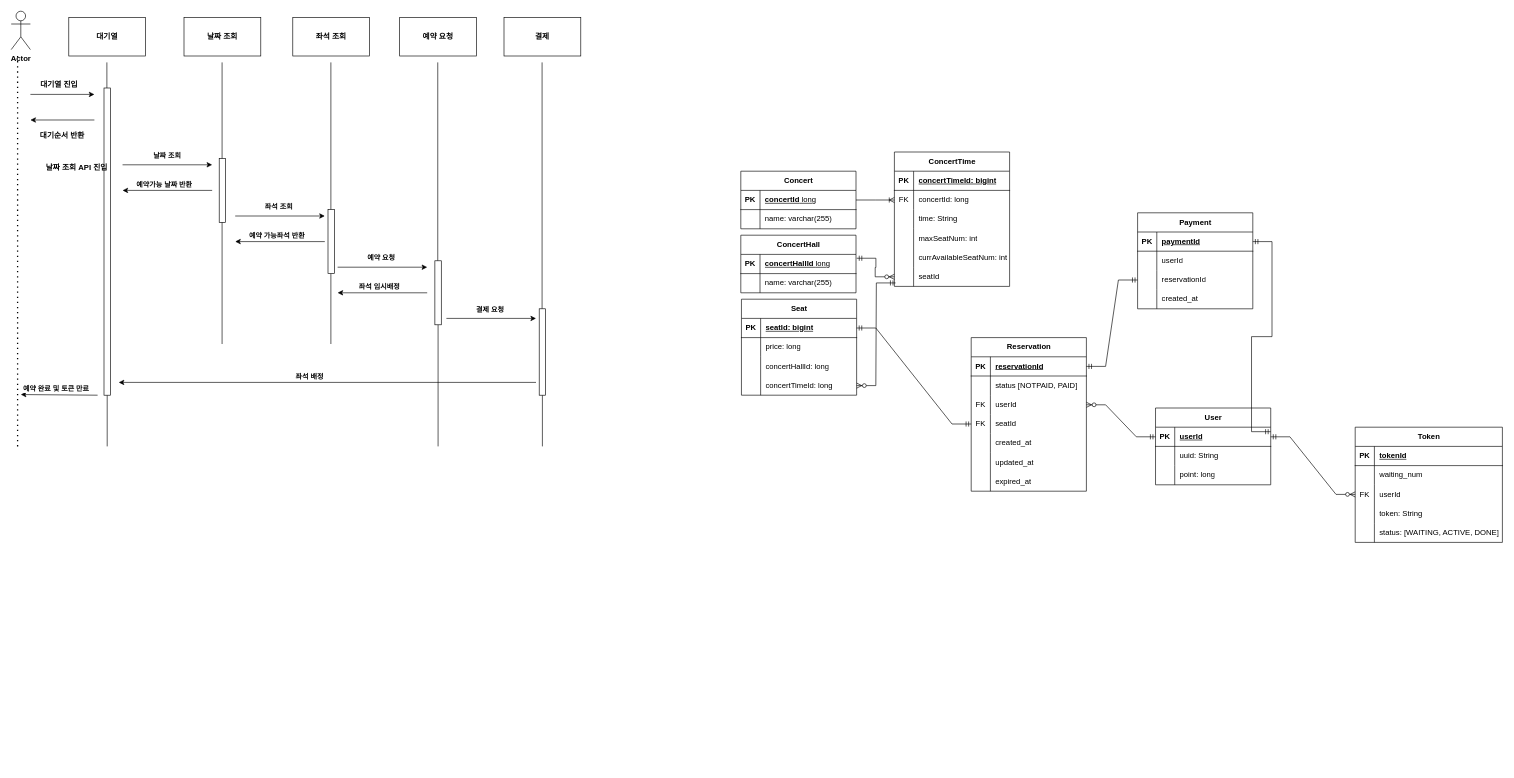
The draw.io diagram concertTicketing.drawio in watanka/ticketing, before the edit. Source tidied: cells renumbered, new cells numbered last; positions are measured from the earlier drawing's top-left corner, leaving out a move shared by most shapes. Both pictures are drawn from the tidied source at 64%, with x=0, y=0 at pixel (11, 11).
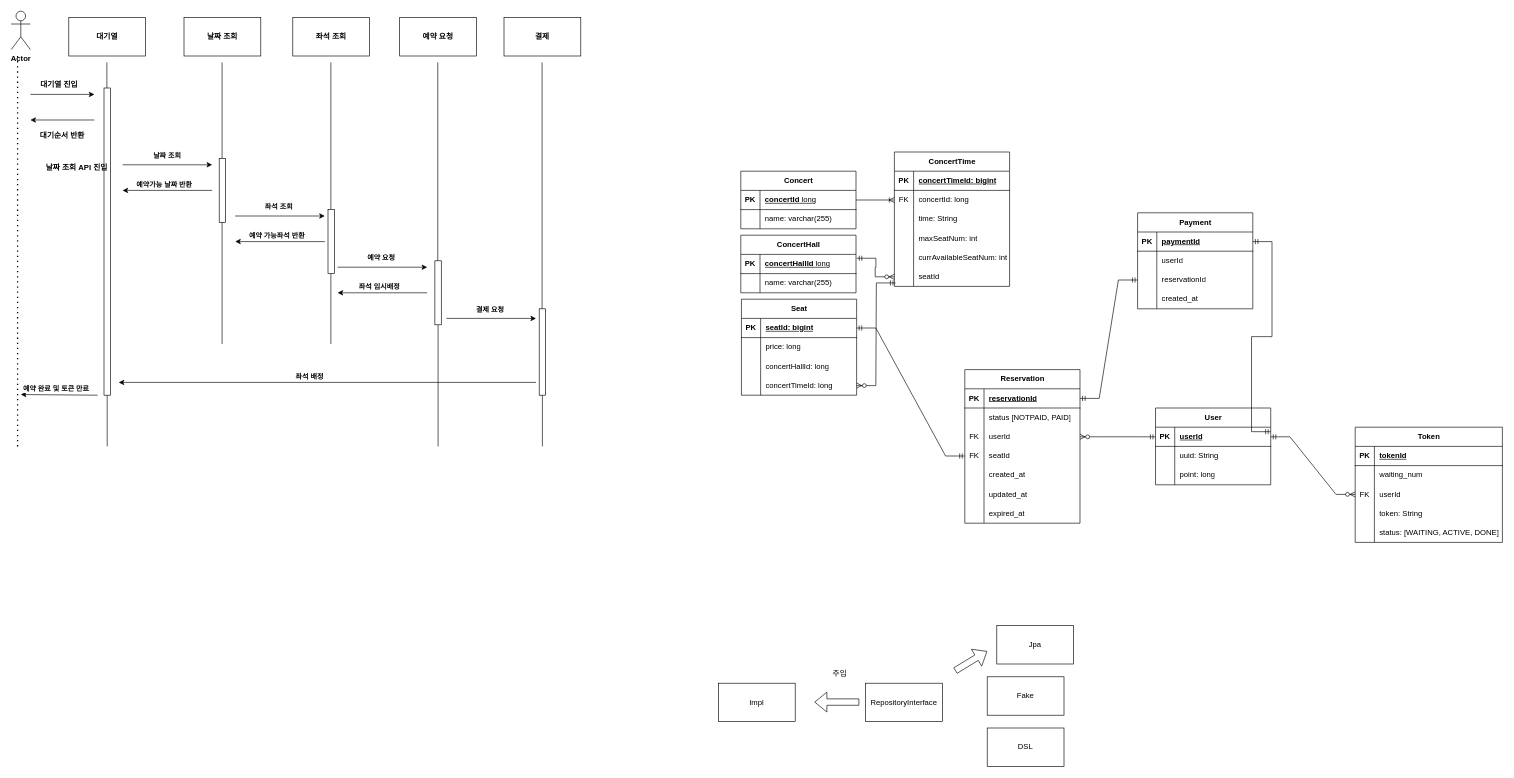
The same diagram, later.

Diff of the diagram source:
```diff
@@
     <mxCell id="66" value="Reservation" style="shape=table;startSize=30;childLayout=tableLayout;rowLines=0;fontStyle=1;align=center;html=1;" parent="1" vertex="1">
-      <mxGeometry x="1500" y="510" width="180" height="240" as="geometry" />
+      <mxGeometry x="1490" y="560" width="180" height="240" as="geometry" />
     </mxCell>
@@
+    <mxCell id="163" value="Impl" style="rounded=0;whiteSpace=wrap;html=1;" parent="1" vertex="1">
+      <mxGeometry x="1105" y="1050" width="120" height="60" as="geometry" />
+    </mxCell>
+    <mxCell id="164" value="RepositoryInterface" style="rounded=0;whiteSpace=wrap;html=1;" parent="1" vertex="1">
+      <mxGeometry x="1335" y="1050" width="120" height="60" as="geometry" />
+    </mxCell>
+    <mxCell id="165" style="shape=flexArrow;endArrow=classic;html=1;rounded=0;" parent="1" edge="1">
+      <mxGeometry relative="1" as="geometry">
+        <mxPoint x="1325" y="1079.5" as="sourcePoint" />
+        <mxPoint x="1255" y="1079.5" as="targetPoint" />
+      </mxGeometry>
+    </mxCell>
+    <mxCell id="166" value="Jpa" style="rounded=0;whiteSpace=wrap;html=1;" parent="1" vertex="1">
+      <mxGeometry x="1540" y="960" width="120" height="60" as="geometry" />
+    </mxCell>
+    <mxCell id="167" value="Fake" style="rounded=0;whiteSpace=wrap;html=1;" parent="1" vertex="1">
+      <mxGeometry x="1525" y="1040" width="120" height="60" as="geometry" />
+    </mxCell>
+    <mxCell id="168" value="DSL" style="rounded=0;whiteSpace=wrap;html=1;" parent="1" vertex="1">
+      <mxGeometry x="1525" y="1120" width="120" height="60" as="geometry" />
+    </mxCell>
+    <mxCell id="169" value="주입" style="text;html=1;align=center;verticalAlign=middle;whiteSpace=wrap;rounded=0;" parent="1" vertex="1">
+      <mxGeometry x="1265" y="1020" width="60" height="30" as="geometry" />
+    </mxCell>
+    <mxCell id="170" style="shape=flexArrow;endArrow=classic;html=1;rounded=0;" parent="1" edge="1">
+      <mxGeometry relative="1" as="geometry">
+        <mxPoint x="1475" y="1030.5" as="sourcePoint" />
+        <mxPoint x="1525" y="1000" as="targetPoint" />
+      </mxGeometry>
+    </mxCell>
```
